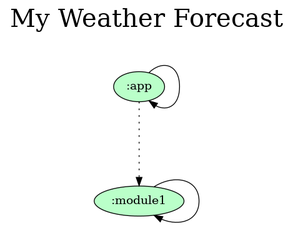
Above: gradle/dependency-graph/project.dot.png in orogersilva/myweatherforecast (Graphviz), before the change. Its source is kept beside it as gradle/dependency-graph/project.dot. Source of this version:
```dot
digraph {
  graph [label="My Weather Forecast\n ",labelloc=t,fontsize=30,ranksep=1.4];
  node [style=filled, fillcolor="#bbbbbb"];
  rankdir=TB;

  # Projects

  ":app" [fillcolor="#baffc9"];
  ":module1" [fillcolor="#baffc9"];

  {rank = same;}

  # Dependencies

  ":app" -> ":app"
  ":app" -> ":module1" [style=dotted]
  ":module1" -> ":module1"
}
```
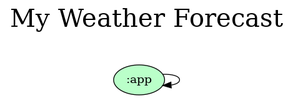
The same diagram one commit later.

Commit message:
docs: Updating dependency graph

Diff of the diagram source:
```diff
@@ -6,13 +6,10 @@
   # Projects
 
   ":app" [fillcolor="#baffc9"];
-  ":module1" [fillcolor="#baffc9"];
 
   {rank = same;}
 
   # Dependencies
 
   ":app" -> ":app"
-  ":app" -> ":module1" [style=dotted]
-  ":module1" -> ":module1"
 }
```
